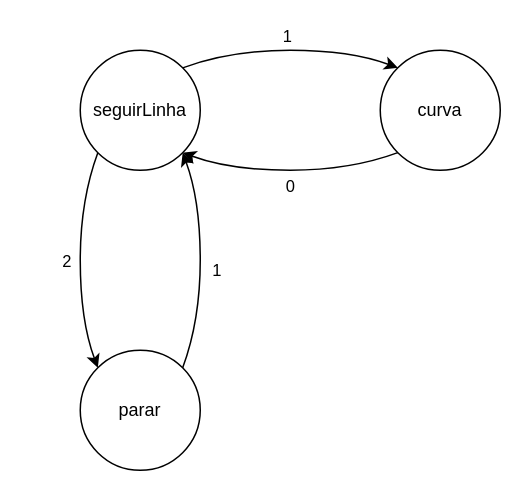
Above: GB/Diagrama_Estados.drawio in Arthur-Fetter/unisinos-microcontroladores (draw.io), before the change. Source tidied: cells renumbered, new cells numbered last; positions are measured from the earlier drawing's top-left corner, leaving out a move shared by most shapes. Both pictures are drawn from the tidied source at 150%, with x=0, y=0 at pixel (80, 50).
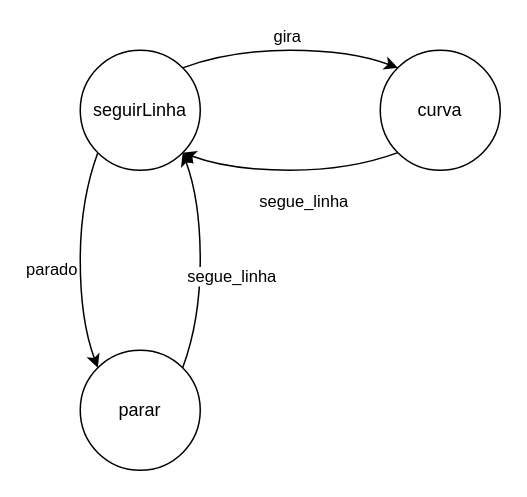
Above is the later version.

Unchanged cells that the change refers to:
```xml
<mxCell id="4" style="curved=1;endArrow=classic;html=1;rounded=0;exitX=1;exitY=0;exitDx=0;exitDy=0;entryX=0;entryY=0;entryDx=0;entryDy=0;" parent="1" edge="1" source="2" target="3">
  <mxGeometry relative="1" as="geometry">
    <Array as="points">
      <mxPoint x="100" />
      <mxPoint x="180" />
    </Array>
  </mxGeometry>
</mxCell>
<mxCell id="6" style="curved=1;endArrow=classic;html=1;rounded=0;exitX=0;exitY=1;exitDx=0;exitDy=0;entryX=1;entryY=1;entryDx=0;entryDy=0;" parent="1" edge="1" source="3" target="2">
  <mxGeometry relative="1" as="geometry">
    <Array as="points">
      <mxPoint x="180" y="80" />
      <mxPoint x="100" y="80" />
    </Array>
  </mxGeometry>
</mxCell>
<mxCell id="9" style="curved=1;endArrow=classic;html=1;rounded=0;exitX=0;exitY=1;exitDx=0;exitDy=0;entryX=0;entryY=0;entryDx=0;entryDy=0;" parent="1" edge="1" source="2" target="8">
  <mxGeometry relative="1" as="geometry">
    <Array as="points">
      <mxPoint y="100" />
      <mxPoint y="180" />
    </Array>
  </mxGeometry>
</mxCell>
<mxCell id="11" style="curved=1;endArrow=classic;html=1;rounded=0;exitX=1;exitY=0;exitDx=0;exitDy=0;entryX=1;entryY=1;entryDx=0;entryDy=0;" parent="1" edge="1" source="8" target="2">
  <mxGeometry relative="1" as="geometry">
    <Array as="points">
      <mxPoint x="80" y="180" />
      <mxPoint x="80" y="100" />
    </Array>
  </mxGeometry>
</mxCell>
```

What changed in the source:
```diff
@@
-    <mxCell id="5" value="1" style="edgeLabel;html=1;align=center;verticalAlign=middle;" parent="4" vertex="1">
-      <mxGeometry x="0.12" relative="1" as="geometry">
-        <mxPoint x="-12" y="-10" as="offset" />
-      </mxGeometry>
-    </mxCell>
+    <mxCell id="13" value="gira" style="edgeLabel;html=1;align=center;verticalAlign=middle;" parent="4" vertex="1">
+      <mxGeometry x="0.12" relative="1" as="geometry">
+        <mxPoint x="-12" y="-10" as="offset" />
+      </mxGeometry>
+    </mxCell>
@@
-    <mxCell id="7" value="0" style="edgeLabel;html=1;align=center;verticalAlign=middle;" parent="6" vertex="1">
-      <mxGeometry x="-0.04" y="-2" relative="1" as="geometry">
-        <mxPoint x="-3" y="12" as="offset" />
-      </mxGeometry>
-    </mxCell>
+    <mxCell id="14" value="segue_linha" style="edgeLabel;html=1;align=center;verticalAlign=middle;" parent="6" vertex="1">
+      <mxGeometry x="-0.04" y="-2" relative="1" as="geometry">
+        <mxPoint x="6" y="22" as="offset" />
+      </mxGeometry>
+    </mxCell>
@@
-    <mxCell id="10" value="2" style="edgeLabel;html=1;align=center;verticalAlign=middle;" parent="9" vertex="1">
-      <mxGeometry y="-2" relative="1" as="geometry">
-        <mxPoint x="-8" as="offset" />
-      </mxGeometry>
-    </mxCell>
+    <mxCell id="15" value="parado" style="edgeLabel;html=1;align=center;verticalAlign=middle;" parent="9" vertex="1">
+      <mxGeometry y="-2" relative="1" as="geometry">
+        <mxPoint x="-18" y="5" as="offset" />
+      </mxGeometry>
+    </mxCell>
@@
-    <mxCell id="12" value="1" style="edgeLabel;html=1;align=center;verticalAlign=middle;" parent="11" vertex="1">
-      <mxGeometry x="-0.09" y="1" relative="1" as="geometry">
-        <mxPoint x="11" as="offset" />
-      </mxGeometry>
-    </mxCell>
+    <mxCell id="16" value="&lt;div&gt;segue_linha&lt;/div&gt;" style="edgeLabel;html=1;align=center;verticalAlign=middle;" parent="11" vertex="1">
+      <mxGeometry x="-0.09" y="1" relative="1" as="geometry">
+        <mxPoint x="21" y="4" as="offset" />
+      </mxGeometry>
+    </mxCell>
```
